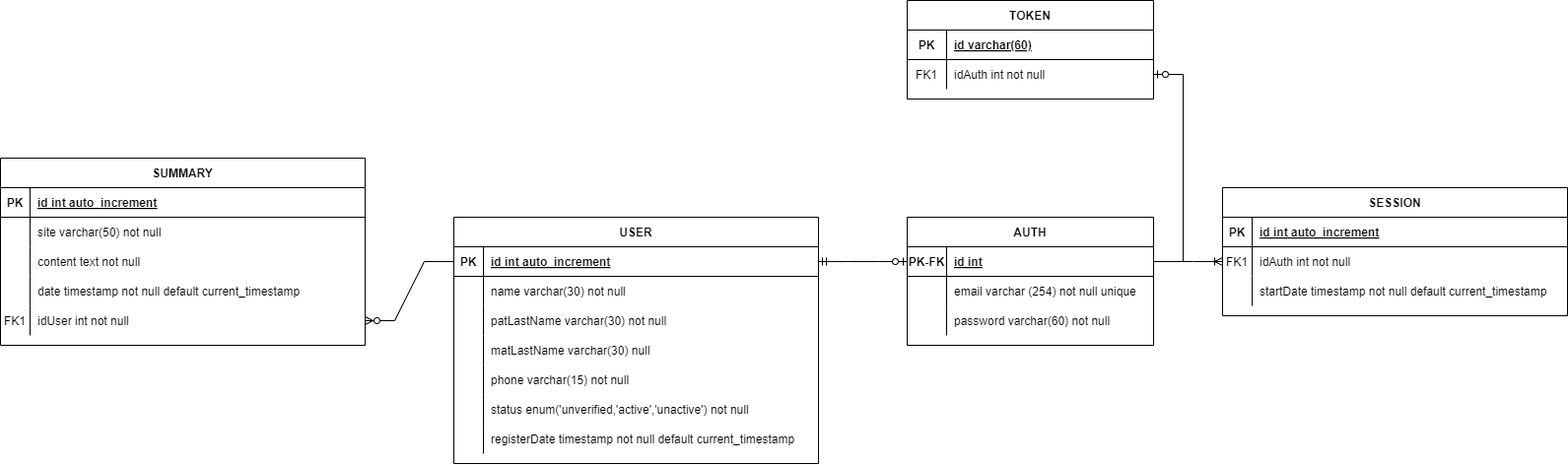
Earlier version of the draw.io export db/Diagrama sin título.drawio (2).png (Sinuhe135/PlainLawAPI). Source tidied: cells renumbered, new cells last; positions are measured from the earlier drawing's top-left corner, leaving out a move shared by most shapes. Its diagram source:
```xml
<mxGraphModel>
  <root>
    <mxCell id="0" />
    <mxCell id="1" parent="0" />
    <mxCell id="2" value="AUTH" style="shape=table;startSize=30;rowLines=0;fontStyle=1;align=center;" parent="1" vertex="1">
      <mxGeometry x="920" y="220" width="250" height="130" as="geometry" />
    </mxCell>
    <mxCell id="3" style="shape=partialRectangle;fillColor=none;points=[[0,0.5],[1,0.5]];portConstraint=eastwest;top=0;left=0;right=0;bottom=1;" parent="2" vertex="1">
      <mxGeometry y="30" width="250" height="30" as="geometry" />
    </mxCell>
    <mxCell id="4" value="PK-FK" style="shape=partialRectangle;overflow=hidden;fillColor=none;top=0;left=0;bottom=0;right=0;fontStyle=1;" parent="3" vertex="1">
      <mxGeometry width="40" height="30" as="geometry" />
    </mxCell>
    <mxCell id="5" value="id int" style="shape=partialRectangle;overflow=hidden;fillColor=none;top=0;left=0;bottom=0;right=0;align=left;spacingLeft=6;fontStyle=5;" parent="3" vertex="1">
      <mxGeometry x="40" width="210" height="30" as="geometry" />
    </mxCell>
    <mxCell id="6" style="shape=partialRectangle;fillColor=none;top=0;left=0;right=0;bottom=0;" parent="2" vertex="1">
      <mxGeometry y="60" width="250" height="30" as="geometry" />
    </mxCell>
    <mxCell id="7" style="shape=partialRectangle;overflow=hidden;fillColor=none;top=0;left=0;bottom=0;right=0;" parent="6" vertex="1">
      <mxGeometry width="40" height="30" as="geometry" />
    </mxCell>
    <mxCell id="8" value="email varchar (254) not null unique" style="shape=partialRectangle;overflow=hidden;fillColor=none;top=0;left=0;bottom=0;right=0;align=left;spacingLeft=6;" parent="6" vertex="1">
      <mxGeometry x="40" width="210" height="30" as="geometry" />
    </mxCell>
    <mxCell id="9" style="shape=partialRectangle;fillColor=none;top=0;left=0;right=0;bottom=0;" parent="2" vertex="1">
      <mxGeometry y="90" width="250" height="30" as="geometry" />
    </mxCell>
    <mxCell id="10" style="shape=partialRectangle;overflow=hidden;fillColor=none;top=0;left=0;bottom=0;right=0;" parent="9" vertex="1">
      <mxGeometry width="40" height="30" as="geometry" />
    </mxCell>
    <mxCell id="11" value="password varchar(60) not null" style="shape=partialRectangle;overflow=hidden;fillColor=none;top=0;left=0;bottom=0;right=0;align=left;spacingLeft=6;" parent="9" vertex="1">
      <mxGeometry x="40" width="210" height="30" as="geometry" />
    </mxCell>
    <mxCell id="12" value="SESSION" style="shape=table;startSize=30;rowLines=0;fontStyle=1;align=center;" parent="1" vertex="1">
      <mxGeometry x="1240" y="190" width="350" height="130" as="geometry" />
    </mxCell>
    <mxCell id="13" style="shape=partialRectangle;fillColor=none;top=0;left=0;right=0;bottom=1;" parent="12" vertex="1">
      <mxGeometry y="30" width="350" height="30" as="geometry" />
    </mxCell>
    <mxCell id="14" value="PK" style="shape=partialRectangle;overflow=hidden;fillColor=none;top=0;left=0;bottom=0;right=0;fontStyle=1;" parent="13" vertex="1">
      <mxGeometry width="30" height="30" as="geometry" />
    </mxCell>
    <mxCell id="15" value="id int auto_increment" style="shape=partialRectangle;overflow=hidden;fillColor=none;top=0;left=0;bottom=0;right=0;align=left;spacingLeft=6;fontStyle=5;" parent="13" vertex="1">
      <mxGeometry x="30" width="320" height="30" as="geometry" />
    </mxCell>
    <mxCell id="16" style="shape=partialRectangle;fillColor=none;points=[[0,0.5],[1,0.5]];portConstraint=eastwest;top=0;left=0;right=0;bottom=0;" parent="12" vertex="1">
      <mxGeometry y="60" width="350" height="30" as="geometry" />
    </mxCell>
    <mxCell id="17" value="FK1" style="shape=partialRectangle;overflow=hidden;fillColor=none;top=0;left=0;bottom=0;right=0;" parent="16" vertex="1">
      <mxGeometry width="30" height="30" as="geometry" />
    </mxCell>
    <mxCell id="18" value="idAuth int not null" style="shape=partialRectangle;overflow=hidden;fillColor=none;top=0;left=0;bottom=0;right=0;align=left;spacingLeft=6;" parent="16" vertex="1">
      <mxGeometry x="30" width="320" height="30" as="geometry" />
    </mxCell>
    <mxCell id="19" style="shape=partialRectangle;fillColor=none;top=0;left=0;right=0;bottom=0;" parent="12" vertex="1">
      <mxGeometry y="90" width="350" height="30" as="geometry" />
    </mxCell>
    <mxCell id="20" style="shape=partialRectangle;overflow=hidden;fillColor=none;top=0;left=0;bottom=0;right=0;" parent="19" vertex="1">
      <mxGeometry width="30" height="30" as="geometry" />
    </mxCell>
    <mxCell id="21" value="startDate timestamp not null default current_timestamp" style="shape=partialRectangle;overflow=hidden;fillColor=none;top=0;left=0;bottom=0;right=0;align=left;spacingLeft=6;" parent="19" vertex="1">
      <mxGeometry x="30" width="320" height="30" as="geometry" />
    </mxCell>
    <mxCell id="22" value="USER" style="shape=table;startSize=30;rowLines=0;fontStyle=1;align=center;" parent="1" vertex="1">
      <mxGeometry x="460" y="220" width="370" height="250" as="geometry" />
    </mxCell>
    <mxCell id="23" style="shape=partialRectangle;fillColor=none;points=[[0,0.5],[1,0.5]];portConstraint=eastwest;top=0;left=0;right=0;bottom=1;" parent="22" vertex="1">
      <mxGeometry y="30" width="370" height="30" as="geometry" />
    </mxCell>
    <mxCell id="24" value="PK" style="shape=partialRectangle;overflow=hidden;fillColor=none;top=0;left=0;bottom=0;right=0;fontStyle=1;" parent="23" vertex="1">
      <mxGeometry width="30" height="30" as="geometry" />
    </mxCell>
    <mxCell id="25" value="id int auto_increment" style="shape=partialRectangle;overflow=hidden;fillColor=none;top=0;left=0;bottom=0;right=0;align=left;spacingLeft=6;fontStyle=5;" parent="23" vertex="1">
      <mxGeometry x="30" width="340" height="30" as="geometry" />
    </mxCell>
    <mxCell id="26" style="shape=partialRectangle;fillColor=none;top=0;left=0;right=0;bottom=0;" parent="22" vertex="1">
      <mxGeometry y="60" width="370" height="30" as="geometry" />
    </mxCell>
    <mxCell id="27" style="shape=partialRectangle;overflow=hidden;fillColor=none;top=0;left=0;bottom=0;right=0;" parent="26" vertex="1">
      <mxGeometry width="30" height="30" as="geometry" />
    </mxCell>
    <mxCell id="28" value="name varchar(30) not null" style="shape=partialRectangle;overflow=hidden;fillColor=none;top=0;left=0;bottom=0;right=0;align=left;spacingLeft=6;" parent="26" vertex="1">
      <mxGeometry x="30" width="340" height="30" as="geometry" />
    </mxCell>
    <mxCell id="29" style="shape=partialRectangle;fillColor=none;top=0;left=0;right=0;bottom=0;" parent="22" vertex="1">
      <mxGeometry y="90" width="370" height="30" as="geometry" />
    </mxCell>
    <mxCell id="30" style="shape=partialRectangle;overflow=hidden;fillColor=none;top=0;left=0;bottom=0;right=0;" parent="29" vertex="1">
      <mxGeometry width="30" height="30" as="geometry" />
    </mxCell>
    <mxCell id="31" value="patLastName varchar(30) not null" style="shape=partialRectangle;overflow=hidden;fillColor=none;top=0;left=0;bottom=0;right=0;align=left;spacingLeft=6;" parent="29" vertex="1">
      <mxGeometry x="30" width="340" height="30" as="geometry" />
    </mxCell>
    <mxCell id="32" style="shape=partialRectangle;fillColor=none;top=0;left=0;right=0;bottom=0;" parent="22" vertex="1">
      <mxGeometry y="120" width="370" height="30" as="geometry" />
    </mxCell>
    <mxCell id="33" style="shape=partialRectangle;overflow=hidden;fillColor=none;top=0;left=0;bottom=0;right=0;" parent="32" vertex="1">
      <mxGeometry width="30" height="30" as="geometry" />
    </mxCell>
    <mxCell id="34" value="matLastName varchar(30) null" style="shape=partialRectangle;overflow=hidden;fillColor=none;top=0;left=0;bottom=0;right=0;align=left;spacingLeft=6;" parent="32" vertex="1">
      <mxGeometry x="30" width="340" height="30" as="geometry" />
    </mxCell>
    <mxCell id="35" style="shape=partialRectangle;fillColor=none;top=0;left=0;right=0;bottom=0;" parent="22" vertex="1">
      <mxGeometry y="150" width="370" height="30" as="geometry" />
    </mxCell>
    <mxCell id="36" style="shape=partialRectangle;overflow=hidden;fillColor=none;top=0;left=0;bottom=0;right=0;" parent="35" vertex="1">
      <mxGeometry width="30" height="30" as="geometry" />
    </mxCell>
    <mxCell id="37" value="phone varchar(15) not null" style="shape=partialRectangle;overflow=hidden;fillColor=none;top=0;left=0;bottom=0;right=0;align=left;spacingLeft=6;" parent="35" vertex="1">
      <mxGeometry x="30" width="340" height="30" as="geometry" />
    </mxCell>
    <mxCell id="38" style="shape=partialRectangle;fillColor=none;top=0;left=0;right=0;bottom=0;" parent="22" vertex="1">
      <mxGeometry y="180" width="370" height="30" as="geometry" />
    </mxCell>
    <mxCell id="39" style="shape=partialRectangle;overflow=hidden;fillColor=none;top=0;left=0;bottom=0;right=0;" parent="38" vertex="1">
      <mxGeometry width="30" height="30" as="geometry" />
    </mxCell>
    <mxCell id="40" value="status enum('unverified,'active','unactive') not null" style="shape=partialRectangle;overflow=hidden;fillColor=none;top=0;left=0;bottom=0;right=0;align=left;spacingLeft=6;" parent="38" vertex="1">
      <mxGeometry x="30" width="340" height="30" as="geometry" />
    </mxCell>
    <mxCell id="41" style="shape=partialRectangle;fillColor=none;top=0;left=0;right=0;bottom=0;" parent="22" vertex="1">
      <mxGeometry y="210" width="370" height="30" as="geometry" />
    </mxCell>
    <mxCell id="42" style="shape=partialRectangle;overflow=hidden;fillColor=none;top=0;left=0;bottom=0;right=0;" parent="41" vertex="1">
      <mxGeometry width="30" height="30" as="geometry" />
    </mxCell>
    <mxCell id="43" value="registerDate timestamp not null default current_timestamp" style="shape=partialRectangle;overflow=hidden;fillColor=none;top=0;left=0;bottom=0;right=0;align=left;spacingLeft=6;" parent="41" vertex="1">
      <mxGeometry x="30" width="340" height="30" as="geometry" />
    </mxCell>
    <mxCell id="44" style="edgeStyle=entityRelationEdgeStyle;fontSize=12;html=1;endArrow=ERoneToMany;rounded=0;" parent="1" edge="1" source="3" target="16">
      <mxGeometry relative="1" as="geometry" />
    </mxCell>
    <mxCell id="45" style="edgeStyle=entityRelationEdgeStyle;fontSize=12;html=1;endArrow=ERzeroToOne;startArrow=ERmandOne;rounded=0;" parent="1" edge="1" source="23" target="3">
      <mxGeometry relative="1" as="geometry" />
    </mxCell>
    <mxCell id="46" value="TOKEN" style="shape=table;startSize=30;rowLines=0;fontStyle=1;align=center;" parent="1" vertex="1">
      <mxGeometry x="920" width="250" height="100" as="geometry" />
    </mxCell>
    <mxCell id="47" style="shape=partialRectangle;fillColor=none;top=0;left=0;right=0;bottom=1;" parent="46" vertex="1">
      <mxGeometry y="30" width="250" height="30" as="geometry" />
    </mxCell>
    <mxCell id="48" value="PK" style="shape=partialRectangle;overflow=hidden;fillColor=none;top=0;left=0;bottom=0;right=0;fontStyle=1;" parent="47" vertex="1">
      <mxGeometry width="40" height="30" as="geometry" />
    </mxCell>
    <mxCell id="49" value="id varchar(60)" style="shape=partialRectangle;overflow=hidden;fillColor=none;top=0;left=0;bottom=0;right=0;align=left;spacingLeft=6;fontStyle=5;" parent="47" vertex="1">
      <mxGeometry x="40" width="210" height="30" as="geometry" />
    </mxCell>
    <mxCell id="50" style="shape=partialRectangle;fillColor=none;points=[[0,0.5],[1,0.5]];portConstraint=eastwest;top=0;left=0;right=0;bottom=0;" parent="46" vertex="1">
      <mxGeometry y="60" width="250" height="30" as="geometry" />
    </mxCell>
    <mxCell id="51" value="FK1" style="shape=partialRectangle;overflow=hidden;fillColor=none;top=0;left=0;bottom=0;right=0;" parent="50" vertex="1">
      <mxGeometry width="40" height="30" as="geometry" />
    </mxCell>
    <mxCell id="52" value="idAuth int not null" style="shape=partialRectangle;overflow=hidden;fillColor=none;top=0;left=0;bottom=0;right=0;align=left;spacingLeft=6;" parent="50" vertex="1">
      <mxGeometry x="40" width="210" height="30" as="geometry" />
    </mxCell>
    <mxCell id="53" style="edgeStyle=entityRelationEdgeStyle;fontSize=12;html=1;endArrow=ERzeroToOne;endFill=1;rounded=0;" parent="1" edge="1" source="3" target="50">
      <mxGeometry relative="1" as="geometry" />
    </mxCell>
    <mxCell id="54" value="SUMMARY" style="shape=table;startSize=30;rowLines=0;fontStyle=1;align=center;" parent="1" vertex="1">
      <mxGeometry y="160" width="370" height="190" as="geometry" />
    </mxCell>
    <mxCell id="55" style="shape=partialRectangle;fillColor=none;top=0;left=0;right=0;bottom=1;" parent="54" vertex="1">
      <mxGeometry y="30" width="370" height="30" as="geometry" />
    </mxCell>
    <mxCell id="56" value="PK" style="shape=partialRectangle;overflow=hidden;fillColor=none;top=0;left=0;bottom=0;right=0;fontStyle=1;" parent="55" vertex="1">
      <mxGeometry width="30" height="30" as="geometry" />
    </mxCell>
    <mxCell id="57" value="id int auto_increment" style="shape=partialRectangle;overflow=hidden;fillColor=none;top=0;left=0;bottom=0;right=0;align=left;spacingLeft=6;fontStyle=5;" parent="55" vertex="1">
      <mxGeometry x="30" width="340" height="30" as="geometry" />
    </mxCell>
    <mxCell id="58" style="shape=partialRectangle;fillColor=none;top=0;left=0;right=0;bottom=0;" parent="54" vertex="1">
      <mxGeometry y="60" width="370" height="30" as="geometry" />
    </mxCell>
    <mxCell id="59" style="shape=partialRectangle;overflow=hidden;fillColor=none;top=0;left=0;bottom=0;right=0;" parent="58" vertex="1">
      <mxGeometry width="30" height="30" as="geometry" />
    </mxCell>
    <mxCell id="60" value="site varchar(50) not null" style="shape=partialRectangle;overflow=hidden;fillColor=none;top=0;left=0;bottom=0;right=0;align=left;spacingLeft=6;" parent="58" vertex="1">
      <mxGeometry x="30" width="340" height="30" as="geometry" />
    </mxCell>
    <mxCell id="61" style="shape=partialRectangle;fillColor=none;top=0;left=0;right=0;bottom=0;" parent="54" vertex="1">
      <mxGeometry y="90" width="370" height="30" as="geometry" />
    </mxCell>
    <mxCell id="62" style="shape=partialRectangle;overflow=hidden;fillColor=none;top=0;left=0;bottom=0;right=0;" parent="61" vertex="1">
      <mxGeometry width="30" height="30" as="geometry" />
    </mxCell>
    <mxCell id="63" value="content text not null" style="shape=partialRectangle;overflow=hidden;fillColor=none;top=0;left=0;bottom=0;right=0;align=left;spacingLeft=6;" parent="61" vertex="1">
      <mxGeometry x="30" width="340" height="30" as="geometry" />
    </mxCell>
    <mxCell id="64" style="shape=partialRectangle;fillColor=none;top=0;left=0;right=0;bottom=0;" parent="54" vertex="1">
      <mxGeometry y="120" width="370" height="30" as="geometry" />
    </mxCell>
    <mxCell id="65" style="shape=partialRectangle;overflow=hidden;fillColor=none;top=0;left=0;bottom=0;right=0;" parent="64" vertex="1">
      <mxGeometry width="30" height="30" as="geometry" />
    </mxCell>
    <mxCell id="66" value="date timestamp not null default current_timestamp" style="shape=partialRectangle;overflow=hidden;fillColor=none;top=0;left=0;bottom=0;right=0;align=left;spacingLeft=6;" parent="64" vertex="1">
      <mxGeometry x="30" width="340" height="30" as="geometry" />
    </mxCell>
    <mxCell id="67" style="shape=partialRectangle;fillColor=none;points=[[0,0.5],[1,0.5]];portConstraint=eastwest;top=0;left=0;right=0;bottom=0;" parent="54" vertex="1">
      <mxGeometry y="150" width="370" height="30" as="geometry" />
    </mxCell>
    <mxCell id="68" value="FK1" style="shape=partialRectangle;overflow=hidden;fillColor=none;top=0;left=0;bottom=0;right=0;" parent="67" vertex="1">
      <mxGeometry width="30" height="30" as="geometry" />
    </mxCell>
    <mxCell id="69" value="idUser int not null" style="shape=partialRectangle;overflow=hidden;fillColor=none;top=0;left=0;bottom=0;right=0;align=left;spacingLeft=6;" parent="67" vertex="1">
      <mxGeometry x="30" width="340" height="30" as="geometry" />
    </mxCell>
    <mxCell id="70" style="edgeStyle=entityRelationEdgeStyle;fontSize=12;html=1;endArrow=ERzeroToMany;endFill=1;rounded=0;" parent="1" edge="1" source="23" target="67">
      <mxGeometry relative="1" as="geometry" />
    </mxCell>
  </root>
</mxGraphModel>
```
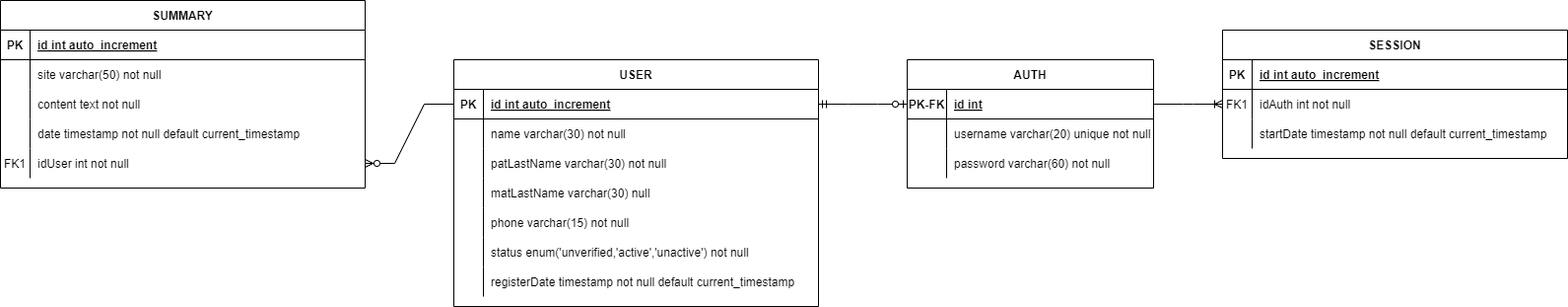
The same diagram one commit later.

Commit message:
cambiar diagrama

Diff of the diagram source:
```diff
@@ -20,7 +20,7 @@
     <mxCell id="7" style="shape=partialRectangle;overflow=hidden;fillColor=none;top=0;left=0;bottom=0;right=0;" parent="6" vertex="1">
       <mxGeometry width="40" height="30" as="geometry" />
     </mxCell>
-    <mxCell id="8" value="email varchar (254) not null unique" style="shape=partialRectangle;overflow=hidden;fillColor=none;top=0;left=0;bottom=0;right=0;align=left;spacingLeft=6;" parent="6" vertex="1">
+    <mxCell id="8" value="username varchar(20) unique not null" style="shape=partialRectangle;overflow=hidden;fillColor=none;top=0;left=0;bottom=0;right=0;align=left;spacingLeft=6;" parent="6" vertex="1">
       <mxGeometry x="40" width="210" height="30" as="geometry" />
     </mxCell>
     <mxCell id="9" style="shape=partialRectangle;fillColor=none;top=0;left=0;right=0;bottom=0;" parent="2" vertex="1">
@@ -134,30 +134,6 @@
     <mxCell id="45" style="edgeStyle=entityRelationEdgeStyle;fontSize=12;html=1;endArrow=ERzeroToOne;startArrow=ERmandOne;rounded=0;" parent="1" edge="1" source="23" target="3">
       <mxGeometry relative="1" as="geometry" />
     </mxCell>
-    <mxCell id="46" value="TOKEN" style="shape=table;startSize=30;rowLines=0;fontStyle=1;align=center;" parent="1" vertex="1">
-      <mxGeometry x="920" width="250" height="100" as="geometry" />
-    </mxCell>
-    <mxCell id="47" style="shape=partialRectangle;fillColor=none;top=0;left=0;right=0;bottom=1;" parent="46" vertex="1">
-      <mxGeometry y="30" width="250" height="30" as="geometry" />
-    </mxCell>
-    <mxCell id="48" value="PK" style="shape=partialRectangle;overflow=hidden;fillColor=none;top=0;left=0;bottom=0;right=0;fontStyle=1;" parent="47" vertex="1">
-      <mxGeometry width="40" height="30" as="geometry" />
-    </mxCell>
-    <mxCell id="49" value="id varchar(60)" style="shape=partialRectangle;overflow=hidden;fillColor=none;top=0;left=0;bottom=0;right=0;align=left;spacingLeft=6;fontStyle=5;" parent="47" vertex="1">
-      <mxGeometry x="40" width="210" height="30" as="geometry" />
-    </mxCell>
-    <mxCell id="50" style="shape=partialRectangle;fillColor=none;points=[[0,0.5],[1,0.5]];portConstraint=eastwest;top=0;left=0;right=0;bottom=0;" parent="46" vertex="1">
-      <mxGeometry y="60" width="250" height="30" as="geometry" />
-    </mxCell>
-    <mxCell id="51" value="FK1" style="shape=partialRectangle;overflow=hidden;fillColor=none;top=0;left=0;bottom=0;right=0;" parent="50" vertex="1">
-      <mxGeometry width="40" height="30" as="geometry" />
-    </mxCell>
-    <mxCell id="52" value="idAuth int not null" style="shape=partialRectangle;overflow=hidden;fillColor=none;top=0;left=0;bottom=0;right=0;align=left;spacingLeft=6;" parent="50" vertex="1">
-      <mxGeometry x="40" width="210" height="30" as="geometry" />
-    </mxCell>
-    <mxCell id="53" style="edgeStyle=entityRelationEdgeStyle;fontSize=12;html=1;endArrow=ERzeroToOne;endFill=1;rounded=0;" parent="1" edge="1" source="3" target="50">
-      <mxGeometry relative="1" as="geometry" />
-    </mxCell>
     <mxCell id="54" value="SUMMARY" style="shape=table;startSize=30;rowLines=0;fontStyle=1;align=center;" parent="1" vertex="1">
       <mxGeometry y="160" width="370" height="190" as="geometry" />
     </mxCell>
```
